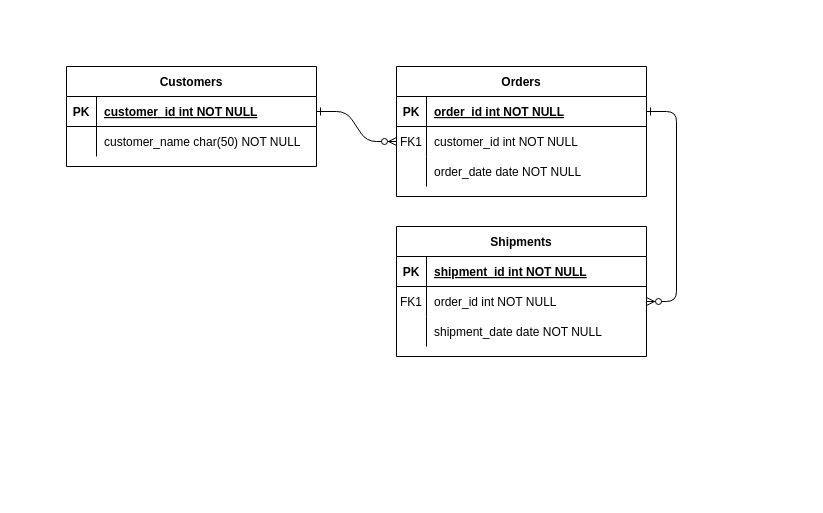
The draw.io diagram 제목 없는 다이어그램.drawio in Parkkysu/category_search_filters, before the edit. Source tidied: cells renumbered, new cells numbered last; positions are measured from the earlier drawing's top-left corner, leaving out a move shared by most shapes. Both pictures are drawn from the tidied source at 100%, with x=0, y=0 at pixel (66, 66).
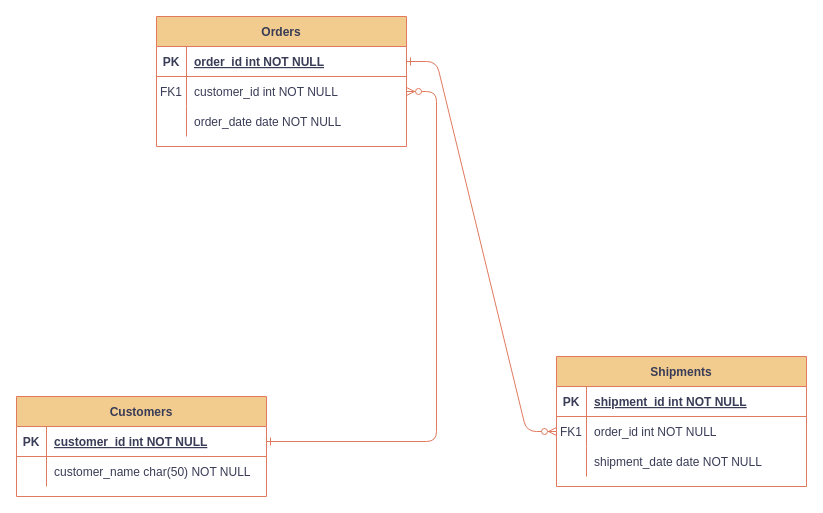
The same page after the edit.

Commit message:
category_search_filters

Change to the diagram source:
```diff
@@
-    <mxCell id="2" style="edgeStyle=entityRelationEdgeStyle;endArrow=ERzeroToMany;startArrow=ERone;endFill=1;startFill=0;" parent="1" edge="1" source="25" target="8">
+    <mxCell id="2" style="edgeStyle=entityRelationEdgeStyle;endArrow=ERzeroToMany;startArrow=ERone;endFill=1;startFill=0;labelBackgroundColor=none;strokeColor=#E07A5F;fontColor=default;" parent="1" edge="1" source="25" target="8">
       <mxGeometry relative="1" as="geometry" />
     </mxCell>
-    <mxCell id="3" style="edgeStyle=entityRelationEdgeStyle;endArrow=ERzeroToMany;startArrow=ERone;endFill=1;startFill=0;" parent="1" edge="1" source="5" target="18">
+    <mxCell id="3" style="edgeStyle=entityRelationEdgeStyle;endArrow=ERzeroToMany;startArrow=ERone;endFill=1;startFill=0;labelBackgroundColor=none;strokeColor=#E07A5F;fontColor=default;" parent="1" edge="1" source="5" target="18">
       <mxGeometry relative="1" as="geometry" />
     </mxCell>
-    <mxCell id="4" value="Orders" style="shape=table;startSize=30;childLayout=tableLayout;rowLines=0;fontStyle=1;align=center;" parent="1" vertex="1">
-      <mxGeometry x="330" width="250" height="130" as="geometry" />
+    <mxCell id="4" value="Orders" style="shape=table;startSize=30;childLayout=tableLayout;rowLines=0;fontStyle=1;align=center;labelBackgroundColor=none;fillColor=#F2CC8F;strokeColor=#E07A5F;fontColor=#393C56;" parent="1" vertex="1">
+      <mxGeometry x="90" y="-50" width="250" height="130" as="geometry" />
     </mxCell>
-    <mxCell id="5" style="shape=partialRectangle;fillColor=none;points=[[0,0.5],[1,0.5]];portConstraint=eastwest;top=0;left=0;right=0;bottom=1;" parent="4" vertex="1">
+    <mxCell id="5" style="shape=partialRectangle;fillColor=none;points=[[0,0.5],[1,0.5]];portConstraint=eastwest;top=0;left=0;right=0;bottom=1;labelBackgroundColor=none;strokeColor=#E07A5F;fontColor=#393C56;" parent="4" vertex="1">
       <mxGeometry y="30" width="250" height="30" as="geometry" />
     </mxCell>
-    <mxCell id="6" value="PK" style="shape=partialRectangle;overflow=hidden;fillColor=none;top=0;left=0;bottom=0;right=0;fontStyle=1;" parent="5" vertex="1">
+    <mxCell id="6" value="PK" style="shape=partialRectangle;overflow=hidden;fillColor=none;top=0;left=0;bottom=0;right=0;fontStyle=1;labelBackgroundColor=none;strokeColor=#E07A5F;fontColor=#393C56;" parent="5" vertex="1">
       <mxGeometry width="30" height="30" as="geometry" />
     </mxCell>
-    <mxCell id="7" value="order_id int NOT NULL " style="shape=partialRectangle;overflow=hidden;fillColor=none;top=0;left=0;bottom=0;right=0;align=left;spacingLeft=6;fontStyle=5;" parent="5" vertex="1">
+    <mxCell id="7" value="order_id int NOT NULL " style="shape=partialRectangle;overflow=hidden;fillColor=none;top=0;left=0;bottom=0;right=0;align=left;spacingLeft=6;fontStyle=5;labelBackgroundColor=none;strokeColor=#E07A5F;fontColor=#393C56;" parent="5" vertex="1">
       <mxGeometry x="30" width="220" height="30" as="geometry" />
     </mxCell>
-    <mxCell id="8" style="shape=partialRectangle;fillColor=none;points=[[0,0.5],[1,0.5]];portConstraint=eastwest;top=0;left=0;right=0;bottom=0;" parent="4" vertex="1">
+    <mxCell id="8" style="shape=partialRectangle;fillColor=none;points=[[0,0.5],[1,0.5]];portConstraint=eastwest;top=0;left=0;right=0;bottom=0;labelBackgroundColor=none;strokeColor=#E07A5F;fontColor=#393C56;" parent="4" vertex="1">
       <mxGeometry y="60" width="250" height="30" as="geometry" />
     </mxCell>
-    <mxCell id="9" value="FK1" style="shape=partialRectangle;overflow=hidden;fillColor=none;top=0;left=0;bottom=0;right=0;" parent="8" vertex="1">
+    <mxCell id="9" value="FK1" style="shape=partialRectangle;overflow=hidden;fillColor=none;top=0;left=0;bottom=0;right=0;labelBackgroundColor=none;strokeColor=#E07A5F;fontColor=#393C56;" parent="8" vertex="1">
       <mxGeometry width="30" height="30" as="geometry" />
     </mxCell>
-    <mxCell id="10" value="customer_id int NOT NULL" style="shape=partialRectangle;overflow=hidden;fillColor=none;top=0;left=0;bottom=0;right=0;align=left;spacingLeft=6;" parent="8" vertex="1">
+    <mxCell id="10" value="customer_id int NOT NULL" style="shape=partialRectangle;overflow=hidden;fillColor=none;top=0;left=0;bottom=0;right=0;align=left;spacingLeft=6;labelBackgroundColor=none;strokeColor=#E07A5F;fontColor=#393C56;" parent="8" vertex="1">
       <mxGeometry x="30" width="220" height="30" as="geometry" />
     </mxCell>
-    <mxCell id="11" style="shape=partialRectangle;fillColor=none;top=0;left=0;right=0;bottom=0;" parent="4" vertex="1">
+    <mxCell id="11" style="shape=partialRectangle;fillColor=none;top=0;left=0;right=0;bottom=0;labelBackgroundColor=none;strokeColor=#E07A5F;fontColor=#393C56;" parent="4" vertex="1">
       <mxGeometry y="90" width="250" height="30" as="geometry" />
     </mxCell>
-    <mxCell id="12" style="shape=partialRectangle;overflow=hidden;fillColor=none;top=0;left=0;bottom=0;right=0;" parent="11" vertex="1">
+    <mxCell id="12" style="shape=partialRectangle;overflow=hidden;fillColor=none;top=0;left=0;bottom=0;right=0;labelBackgroundColor=none;strokeColor=#E07A5F;fontColor=#393C56;" parent="11" vertex="1">
       <mxGeometry width="30" height="30" as="geometry" />
     </mxCell>
-    <mxCell id="13" value="order_date date NOT NULL" style="shape=partialRectangle;overflow=hidden;fillColor=none;top=0;left=0;bottom=0;right=0;align=left;spacingLeft=6;" parent="11" vertex="1">
+    <mxCell id="13" value="order_date date NOT NULL" style="shape=partialRectangle;overflow=hidden;fillColor=none;top=0;left=0;bottom=0;right=0;align=left;spacingLeft=6;labelBackgroundColor=none;strokeColor=#E07A5F;fontColor=#393C56;" parent="11" vertex="1">
       <mxGeometry x="30" width="220" height="30" as="geometry" />
     </mxCell>
-    <mxCell id="14" value="Shipments" style="shape=table;startSize=30;childLayout=tableLayout;rowLines=0;fontStyle=1;align=center;" parent="1" vertex="1">
-      <mxGeometry x="330" y="160" width="250" height="130" as="geometry" />
+    <mxCell id="14" value="Shipments" style="shape=table;startSize=30;childLayout=tableLayout;rowLines=0;fontStyle=1;align=center;labelBackgroundColor=none;fillColor=#F2CC8F;strokeColor=#E07A5F;fontColor=#393C56;" parent="1" vertex="1">
+      <mxGeometry x="490" y="290" width="250" height="130" as="geometry" />
     </mxCell>
-    <mxCell id="15" style="shape=partialRectangle;fillColor=none;top=0;left=0;right=0;bottom=1;" parent="14" vertex="1">
+    <mxCell id="15" style="shape=partialRectangle;fillColor=none;top=0;left=0;right=0;bottom=1;labelBackgroundColor=none;strokeColor=#E07A5F;fontColor=#393C56;" parent="14" vertex="1">
       <mxGeometry y="30" width="250" height="30" as="geometry" />
     </mxCell>
-    <mxCell id="16" value="PK" style="shape=partialRectangle;overflow=hidden;fillColor=none;top=0;left=0;bottom=0;right=0;fontStyle=1;" parent="15" vertex="1">
+    <mxCell id="16" value="PK" style="shape=partialRectangle;overflow=hidden;fillColor=none;top=0;left=0;bottom=0;right=0;fontStyle=1;labelBackgroundColor=none;strokeColor=#E07A5F;fontColor=#393C56;" parent="15" vertex="1">
       <mxGeometry width="30" height="30" as="geometry" />
     </mxCell>
-    <mxCell id="17" value="shipment_id int NOT NULL " style="shape=partialRectangle;overflow=hidden;fillColor=none;top=0;left=0;bottom=0;right=0;align=left;spacingLeft=6;fontStyle=5;" parent="15" vertex="1">
+    <mxCell id="17" value="shipment_id int NOT NULL " style="shape=partialRectangle;overflow=hidden;fillColor=none;top=0;left=0;bottom=0;right=0;align=left;spacingLeft=6;fontStyle=5;labelBackgroundColor=none;strokeColor=#E07A5F;fontColor=#393C56;" parent="15" vertex="1">
       <mxGeometry x="30" width="220" height="30" as="geometry" />
     </mxCell>
-    <mxCell id="18" style="shape=partialRectangle;fillColor=none;points=[[0,0.5],[1,0.5]];portConstraint=eastwest;top=0;left=0;right=0;bottom=0;" parent="14" vertex="1">
+    <mxCell id="18" style="shape=partialRectangle;fillColor=none;points=[[0,0.5],[1,0.5]];portConstraint=eastwest;top=0;left=0;right=0;bottom=0;labelBackgroundColor=none;strokeColor=#E07A5F;fontColor=#393C56;" parent="14" vertex="1">
       <mxGeometry y="60" width="250" height="30" as="geometry" />
     </mxCell>
-    <mxCell id="19" value="FK1" style="shape=partialRectangle;overflow=hidden;fillColor=none;top=0;left=0;bottom=0;right=0;" parent="18" vertex="1">
+    <mxCell id="19" value="FK1" style="shape=partialRectangle;overflow=hidden;fillColor=none;top=0;left=0;bottom=0;right=0;labelBackgroundColor=none;strokeColor=#E07A5F;fontColor=#393C56;" parent="18" vertex="1">
       <mxGeometry width="30" height="30" as="geometry" />
     </mxCell>
-    <mxCell id="20" value="order_id int NOT NULL" style="shape=partialRectangle;overflow=hidden;fillColor=none;top=0;left=0;bottom=0;right=0;align=left;spacingLeft=6;" parent="18" vertex="1">
+    <mxCell id="20" value="order_id int NOT NULL" style="shape=partialRectangle;overflow=hidden;fillColor=none;top=0;left=0;bottom=0;right=0;align=left;spacingLeft=6;labelBackgroundColor=none;strokeColor=#E07A5F;fontColor=#393C56;" parent="18" vertex="1">
       <mxGeometry x="30" width="220" height="30" as="geometry" />
     </mxCell>
-    <mxCell id="21" style="shape=partialRectangle;fillColor=none;top=0;left=0;right=0;bottom=0;" parent="14" vertex="1">
+    <mxCell id="21" style="shape=partialRectangle;fillColor=none;top=0;left=0;right=0;bottom=0;labelBackgroundColor=none;strokeColor=#E07A5F;fontColor=#393C56;" parent="14" vertex="1">
       <mxGeometry y="90" width="250" height="30" as="geometry" />
     </mxCell>
-    <mxCell id="22" style="shape=partialRectangle;overflow=hidden;fillColor=none;top=0;left=0;bottom=0;right=0;" parent="21" vertex="1">
+    <mxCell id="22" style="shape=partialRectangle;overflow=hidden;fillColor=none;top=0;left=0;bottom=0;right=0;labelBackgroundColor=none;strokeColor=#E07A5F;fontColor=#393C56;" parent="21" vertex="1">
       <mxGeometry width="30" height="30" as="geometry" />
     </mxCell>
-    <mxCell id="23" value="shipment_date date NOT NULL" style="shape=partialRectangle;overflow=hidden;fillColor=none;top=0;left=0;bottom=0;right=0;align=left;spacingLeft=6;" parent="21" vertex="1">
+    <mxCell id="23" value="shipment_date date NOT NULL" style="shape=partialRectangle;overflow=hidden;fillColor=none;top=0;left=0;bottom=0;right=0;align=left;spacingLeft=6;labelBackgroundColor=none;strokeColor=#E07A5F;fontColor=#393C56;" parent="21" vertex="1">
       <mxGeometry x="30" width="220" height="30" as="geometry" />
     </mxCell>
-    <mxCell id="24" value="Customers" style="shape=table;startSize=30;childLayout=tableLayout;rowLines=0;fontStyle=1;align=center;" parent="1" vertex="1">
-      <mxGeometry width="250" height="100" as="geometry" />
+    <mxCell id="24" value="Customers" style="shape=table;startSize=30;childLayout=tableLayout;rowLines=0;fontStyle=1;align=center;labelBackgroundColor=none;fillColor=#F2CC8F;strokeColor=#E07A5F;fontColor=#393C56;" parent="1" vertex="1">
+      <mxGeometry x="-50" y="330" width="250" height="100" as="geometry" />
     </mxCell>
-    <mxCell id="25" style="shape=partialRectangle;fillColor=none;points=[[0,0.5],[1,0.5]];portConstraint=eastwest;top=0;left=0;right=0;bottom=1;" parent="24" vertex="1">
+    <mxCell id="25" style="shape=partialRectangle;fillColor=none;points=[[0,0.5],[1,0.5]];portConstraint=eastwest;top=0;left=0;right=0;bottom=1;labelBackgroundColor=none;strokeColor=#E07A5F;fontColor=#393C56;" parent="24" vertex="1">
       <mxGeometry y="30" width="250" height="30" as="geometry" />
     </mxCell>
-    <mxCell id="26" value="PK" style="shape=partialRectangle;overflow=hidden;fillColor=none;top=0;left=0;bottom=0;right=0;fontStyle=1;" parent="25" vertex="1">
+    <mxCell id="26" value="PK" style="shape=partialRectangle;overflow=hidden;fillColor=none;top=0;left=0;bottom=0;right=0;fontStyle=1;labelBackgroundColor=none;strokeColor=#E07A5F;fontColor=#393C56;" parent="25" vertex="1">
       <mxGeometry width="30" height="30" as="geometry" />
     </mxCell>
-    <mxCell id="27" value="customer_id int NOT NULL " style="shape=partialRectangle;overflow=hidden;fillColor=none;top=0;left=0;bottom=0;right=0;align=left;spacingLeft=6;fontStyle=5;" parent="25" vertex="1">
+    <mxCell id="27" value="customer_id int NOT NULL " style="shape=partialRectangle;overflow=hidden;fillColor=none;top=0;left=0;bottom=0;right=0;align=left;spacingLeft=6;fontStyle=5;labelBackgroundColor=none;strokeColor=#E07A5F;fontColor=#393C56;" parent="25" vertex="1">
       <mxGeometry x="30" width="220" height="30" as="geometry" />
     </mxCell>
-    <mxCell id="28" style="shape=partialRectangle;fillColor=none;top=0;left=0;right=0;bottom=0;" parent="24" vertex="1">
+    <mxCell id="28" style="shape=partialRectangle;fillColor=none;top=0;left=0;right=0;bottom=0;labelBackgroundColor=none;strokeColor=#E07A5F;fontColor=#393C56;" parent="24" vertex="1">
       <mxGeometry y="60" width="250" height="30" as="geometry" />
     </mxCell>
-    <mxCell id="29" style="shape=partialRectangle;overflow=hidden;fillColor=none;top=0;left=0;bottom=0;right=0;" parent="28" vertex="1">
+    <mxCell id="29" style="shape=partialRectangle;overflow=hidden;fillColor=none;top=0;left=0;bottom=0;right=0;labelBackgroundColor=none;strokeColor=#E07A5F;fontColor=#393C56;" parent="28" vertex="1">
       <mxGeometry width="30" height="30" as="geometry" />
     </mxCell>
-    <mxCell id="30" value="customer_name char(50) NOT NULL" style="shape=partialRectangle;overflow=hidden;fillColor=none;top=0;left=0;bottom=0;right=0;align=left;spacingLeft=6;" parent="28" vertex="1">
+    <mxCell id="30" value="customer_name char(50) NOT NULL" style="shape=partialRectangle;overflow=hidden;fillColor=none;top=0;left=0;bottom=0;right=0;align=left;spacingLeft=6;labelBackgroundColor=none;strokeColor=#E07A5F;fontColor=#393C56;" parent="28" vertex="1">
       <mxGeometry x="30" width="220" height="30" as="geometry" />
     </mxCell>
```
